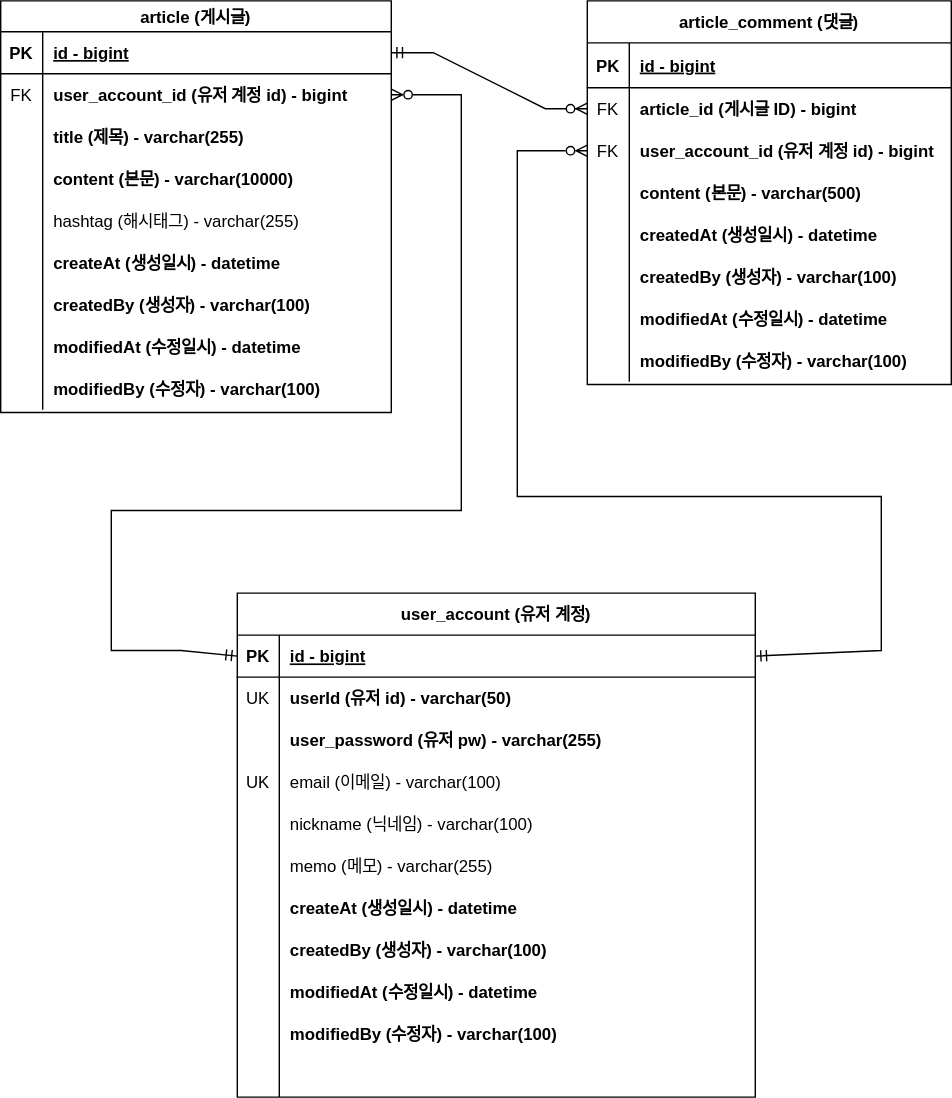
The draw.io diagram document/project-board-erd.svg in whatkinda/fc-project-board, before a commit. Source tidied: cells renumbered, new cells last; positions are measured from the earlier drawing's top-left corner, leaving out a move shared by most shapes.
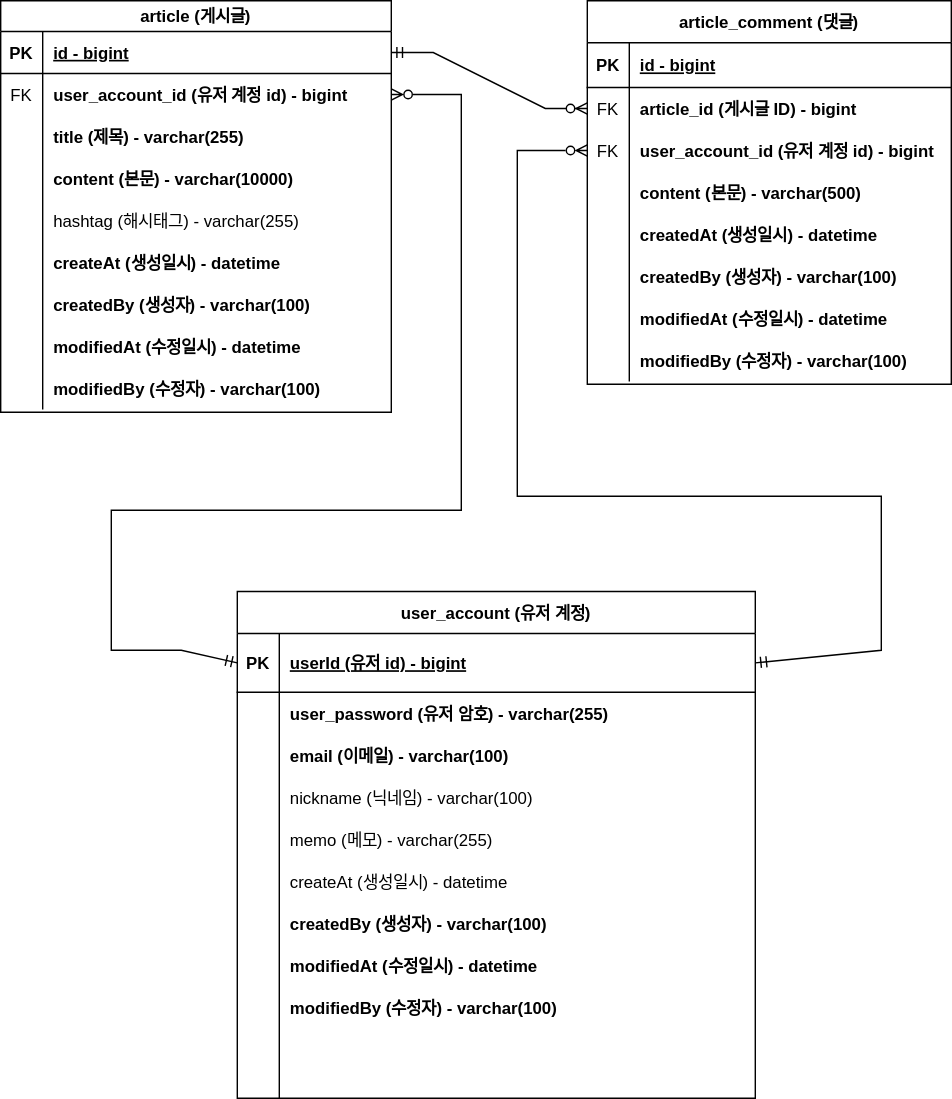
Later version of the same file.

Commit message:
#33 - ERD 문서 수정 : 회원 계정 user_id를 PK로 변경

What changed in the source:
```diff
@@ -165,106 +165,106 @@
       <mxGeometry relative="1" as="geometry" />
     </mxCell>
     <mxCell id="56" value="user_account (유저 계정)" style="shape=table;startSize=30;rowLines=0;fontStyle=1;align=center;" parent="1" vertex="1">
-      <mxGeometry x="169" y="423" width="370" height="360" as="geometry" />
+      <mxGeometry x="169" y="422" width="370" height="362" as="geometry" />
     </mxCell>
     <mxCell id="57" style="shape=partialRectangle;fillColor=none;points=[[0,0.5],[1,0.5]];portConstraint=eastwest;top=0;left=0;right=0;bottom=1;" parent="56" vertex="1">
-      <mxGeometry y="30" width="370" height="30" as="geometry" />
+      <mxGeometry y="30" width="370" height="42" as="geometry" />
     </mxCell>
     <mxCell id="58" value="PK" style="shape=partialRectangle;overflow=hidden;fillColor=none;top=0;left=0;bottom=0;right=0;fontStyle=1;" parent="57" vertex="1">
-      <mxGeometry width="30" height="30" as="geometry" />
+      <mxGeometry width="30" height="42" as="geometry" />
     </mxCell>
-    <mxCell id="59" value="id - bigint" style="shape=partialRectangle;overflow=hidden;fillColor=none;top=0;left=0;bottom=0;right=0;align=left;spacingLeft=6;fontStyle=5;" parent="57" vertex="1">
-      <mxGeometry x="30" width="340" height="30" as="geometry" />
+    <mxCell id="59" value="userId (유저 id) - bigint" style="shape=partialRectangle;overflow=hidden;fillColor=none;top=0;left=0;bottom=0;right=0;align=left;spacingLeft=6;fontStyle=5;" parent="57" vertex="1">
+      <mxGeometry x="30" width="340" height="42" as="geometry" />
     </mxCell>
     <mxCell id="60" style="shape=partialRectangle;fillColor=none;top=0;left=0;right=0;bottom=0;" parent="56" vertex="1">
-      <mxGeometry y="60" width="370" height="30" as="geometry" />
+      <mxGeometry y="72" width="370" height="30" as="geometry" />
     </mxCell>
-    <mxCell id="61" value="UK" style="shape=partialRectangle;overflow=hidden;fillColor=none;top=0;left=0;bottom=0;right=0;" parent="60" vertex="1">
+    <mxCell id="61" style="shape=partialRectangle;overflow=hidden;fillColor=none;top=0;left=0;bottom=0;right=0;" parent="60" vertex="1">
       <mxGeometry width="30" height="30" as="geometry" />
     </mxCell>
-    <mxCell id="62" value="userId (유저 id) - varchar(50)    " style="shape=partialRectangle;overflow=hidden;fillColor=none;top=0;left=0;bottom=0;right=0;align=left;spacingLeft=6;fontStyle=1;" parent="60" vertex="1">
+    <mxCell id="62" value="user_password (유저 암호) - varchar(255)" style="shape=partialRectangle;overflow=hidden;fillColor=none;top=0;left=0;bottom=0;right=0;align=left;spacingLeft=6;fontStyle=1;" parent="60" vertex="1">
       <mxGeometry x="30" width="340" height="30" as="geometry" />
     </mxCell>
     <mxCell id="63" style="shape=partialRectangle;fillColor=none;top=0;left=0;right=0;bottom=0;" parent="56" vertex="1">
-      <mxGeometry y="90" width="370" height="30" as="geometry" />
+      <mxGeometry y="102" width="370" height="30" as="geometry" />
     </mxCell>
     <mxCell id="64" style="shape=partialRectangle;overflow=hidden;fillColor=none;top=0;left=0;bottom=0;right=0;" parent="63" vertex="1">
       <mxGeometry width="30" height="30" as="geometry" />
     </mxCell>
-    <mxCell id="65" value="user_password (유저 pw) - varchar(255)" style="shape=partialRectangle;overflow=hidden;fillColor=none;top=0;left=0;bottom=0;right=0;align=left;spacingLeft=6;fontStyle=1;" parent="63" vertex="1">
+    <mxCell id="65" value="email (이메일) - varchar(100)" style="shape=partialRectangle;overflow=hidden;fillColor=none;top=0;left=0;bottom=0;right=0;align=left;spacingLeft=6;fontStyle=1;" parent="63" vertex="1">
       <mxGeometry x="30" width="340" height="30" as="geometry" />
     </mxCell>
     <mxCell id="66" style="shape=partialRectangle;fillColor=none;top=0;left=0;right=0;bottom=0;" parent="56" vertex="1">
-      <mxGeometry y="120" width="370" height="30" as="geometry" />
+      <mxGeometry y="132" width="370" height="30" as="geometry" />
     </mxCell>
-    <mxCell id="67" value="UK" style="shape=partialRectangle;overflow=hidden;fillColor=none;top=0;left=0;bottom=0;right=0;" parent="66" vertex="1">
+    <mxCell id="67" style="shape=partialRectangle;overflow=hidden;fillColor=none;top=0;left=0;bottom=0;right=0;" parent="66" vertex="1">
       <mxGeometry width="30" height="30" as="geometry" />
     </mxCell>
-    <mxCell id="68" value="email (이메일) - varchar(100)" style="shape=partialRectangle;overflow=hidden;fillColor=none;top=0;left=0;bottom=0;right=0;align=left;spacingLeft=6;" parent="66" vertex="1">
+    <mxCell id="68" value="nickname (닉네임) - varchar(100)" style="shape=partialRectangle;overflow=hidden;fillColor=none;top=0;left=0;bottom=0;right=0;align=left;spacingLeft=6;" parent="66" vertex="1">
       <mxGeometry x="30" width="340" height="30" as="geometry" />
     </mxCell>
     <mxCell id="69" style="shape=partialRectangle;fillColor=none;top=0;left=0;right=0;bottom=0;" parent="56" vertex="1">
-      <mxGeometry y="150" width="370" height="30" as="geometry" />
+      <mxGeometry y="162" width="370" height="30" as="geometry" />
     </mxCell>
     <mxCell id="70" style="shape=partialRectangle;overflow=hidden;fillColor=none;top=0;left=0;bottom=0;right=0;" parent="69" vertex="1">
       <mxGeometry width="30" height="30" as="geometry" />
     </mxCell>
-    <mxCell id="71" value="nickname (닉네임) - varchar(100)" style="shape=partialRectangle;overflow=hidden;fillColor=none;top=0;left=0;bottom=0;right=0;align=left;spacingLeft=6;fontStyle=0;" parent="69" vertex="1">
+    <mxCell id="71" value="memo (메모) - varchar(255)" style="shape=partialRectangle;overflow=hidden;fillColor=none;top=0;left=0;bottom=0;right=0;align=left;spacingLeft=6;fontStyle=0;" parent="69" vertex="1">
       <mxGeometry x="30" width="340" height="30" as="geometry" />
     </mxCell>
     <mxCell id="72" style="shape=partialRectangle;fillColor=none;top=0;left=0;right=0;bottom=0;" parent="56" vertex="1">
-      <mxGeometry y="180" width="370" height="30" as="geometry" />
+      <mxGeometry y="192" width="370" height="30" as="geometry" />
     </mxCell>
     <mxCell id="73" style="shape=partialRectangle;overflow=hidden;fillColor=none;top=0;left=0;bottom=0;right=0;" parent="72" vertex="1">
       <mxGeometry width="30" height="30" as="geometry" />
     </mxCell>
-    <mxCell id="74" value="memo (메모) - varchar(255)" style="shape=partialRectangle;overflow=hidden;fillColor=none;top=0;left=0;bottom=0;right=0;align=left;spacingLeft=6;fontStyle=0;" parent="72" vertex="1">
+    <mxCell id="74" value="createAt (생성일시) - datetime" style="shape=partialRectangle;overflow=hidden;fillColor=none;top=0;left=0;bottom=0;right=0;align=left;spacingLeft=6;fontStyle=0;" parent="72" vertex="1">
       <mxGeometry x="30" width="340" height="30" as="geometry" />
     </mxCell>
     <mxCell id="75" style="shape=partialRectangle;fillColor=none;top=0;left=0;right=0;bottom=0;" parent="56" vertex="1">
-      <mxGeometry y="210" width="370" height="30" as="geometry" />
+      <mxGeometry y="222" width="370" height="30" as="geometry" />
     </mxCell>
     <mxCell id="76" style="shape=partialRectangle;overflow=hidden;fillColor=none;top=0;left=0;bottom=0;right=0;" parent="75" vertex="1">
       <mxGeometry width="30" height="30" as="geometry" />
     </mxCell>
-    <mxCell id="77" value="createAt (생성일시) - datetime" style="shape=partialRectangle;overflow=hidden;fillColor=none;top=0;left=0;bottom=0;right=0;align=left;spacingLeft=6;fontStyle=1;" parent="75" vertex="1">
+    <mxCell id="77" value="createdBy (생성자) - varchar(100)" style="shape=partialRectangle;overflow=hidden;fillColor=none;top=0;left=0;bottom=0;right=0;align=left;spacingLeft=6;fontStyle=1;" parent="75" vertex="1">
       <mxGeometry x="30" width="340" height="30" as="geometry" />
     </mxCell>
     <mxCell id="78" style="shape=partialRectangle;fillColor=none;top=0;left=0;right=0;bottom=0;" parent="56" vertex="1">
-      <mxGeometry y="240" width="370" height="30" as="geometry" />
+      <mxGeometry y="252" width="370" height="30" as="geometry" />
     </mxCell>
     <mxCell id="79" style="shape=partialRectangle;overflow=hidden;fillColor=none;top=0;left=0;bottom=0;right=0;" parent="78" vertex="1">
       <mxGeometry width="30" height="30" as="geometry" />
     </mxCell>
-    <mxCell id="80" value="createdBy (생성자) - varchar(100)" style="shape=partialRectangle;overflow=hidden;fillColor=none;top=0;left=0;bottom=0;right=0;align=left;spacingLeft=6;fontStyle=1;" parent="78" vertex="1">
+    <mxCell id="80" value="modifiedAt (수정일시) - datetime" style="shape=partialRectangle;overflow=hidden;fillColor=none;top=0;left=0;bottom=0;right=0;align=left;spacingLeft=6;fontStyle=1;" parent="78" vertex="1">
       <mxGeometry x="30" width="340" height="30" as="geometry" />
     </mxCell>
     <mxCell id="81" style="shape=partialRectangle;fillColor=none;top=0;left=0;right=0;bottom=0;" parent="56" vertex="1">
-      <mxGeometry y="270" width="370" height="30" as="geometry" />
+      <mxGeometry y="282" width="370" height="30" as="geometry" />
     </mxCell>
     <mxCell id="82" style="shape=partialRectangle;overflow=hidden;fillColor=none;top=0;left=0;bottom=0;right=0;" parent="81" vertex="1">
       <mxGeometry width="30" height="30" as="geometry" />
     </mxCell>
-    <mxCell id="83" value="modifiedAt (수정일시) - datetime" style="shape=partialRectangle;overflow=hidden;fillColor=none;top=0;left=0;bottom=0;right=0;align=left;spacingLeft=6;fontStyle=1;" parent="81" vertex="1">
+    <mxCell id="83" value="modifiedBy (수정자) - varchar(100)" style="shape=partialRectangle;overflow=hidden;fillColor=none;top=0;left=0;bottom=0;right=0;align=left;spacingLeft=6;fontStyle=1;" parent="81" vertex="1">
       <mxGeometry x="30" width="340" height="30" as="geometry" />
     </mxCell>
     <mxCell id="84" style="shape=partialRectangle;fillColor=none;top=0;left=0;right=0;bottom=0;" parent="56" vertex="1">
-      <mxGeometry y="300" width="370" height="30" as="geometry" />
+      <mxGeometry y="312" width="370" height="30" as="geometry" />
     </mxCell>
     <mxCell id="85" style="shape=partialRectangle;overflow=hidden;fillColor=none;top=0;left=0;bottom=0;right=0;" parent="84" vertex="1">
       <mxGeometry width="30" height="30" as="geometry" />
     </mxCell>
-    <mxCell id="86" value="modifiedBy (수정자) - varchar(100)" style="shape=partialRectangle;overflow=hidden;fillColor=none;top=0;left=0;bottom=0;right=0;align=left;spacingLeft=6;fontStyle=1;" parent="84" vertex="1">
+    <mxCell id="86" style="shape=partialRectangle;overflow=hidden;fillColor=none;top=0;left=0;bottom=0;right=0;align=left;spacingLeft=6;fontStyle=1;" parent="84" vertex="1">
       <mxGeometry x="30" width="340" height="30" as="geometry" />
     </mxCell>
     <mxCell id="87" style="shape=partialRectangle;fillColor=none;top=0;left=0;right=0;bottom=0;" parent="56" vertex="1">
-      <mxGeometry y="330" width="370" height="30" as="geometry" />
+      <mxGeometry y="342" width="370" height="20" as="geometry" />
     </mxCell>
     <mxCell id="88" style="shape=partialRectangle;overflow=hidden;fillColor=none;top=0;left=0;bottom=0;right=0;" parent="87" vertex="1">
-      <mxGeometry width="30" height="30" as="geometry" />
+      <mxGeometry width="30" height="20" as="geometry" />
     </mxCell>
     <mxCell id="89" style="shape=partialRectangle;overflow=hidden;fillColor=none;top=0;left=0;bottom=0;right=0;align=left;spacingLeft=6;fontStyle=1;" parent="87" vertex="1">
-      <mxGeometry x="30" width="340" height="30" as="geometry" />
+      <mxGeometry x="30" width="340" height="20" as="geometry" />
     </mxCell>
     <mxCell id="90" style="endArrow=ERzeroToMany;html=1;rounded=0;entryX=0;entryY=0.5;entryDx=0;entryDy=0;exitX=1;exitY=0.5;exitDx=0;exitDy=0;startArrow=ERmandOne;startFill=0;endFill=0;" parent="1" edge="1" source="57" target="9">
       <mxGeometry relative="1" as="geometry">
```
